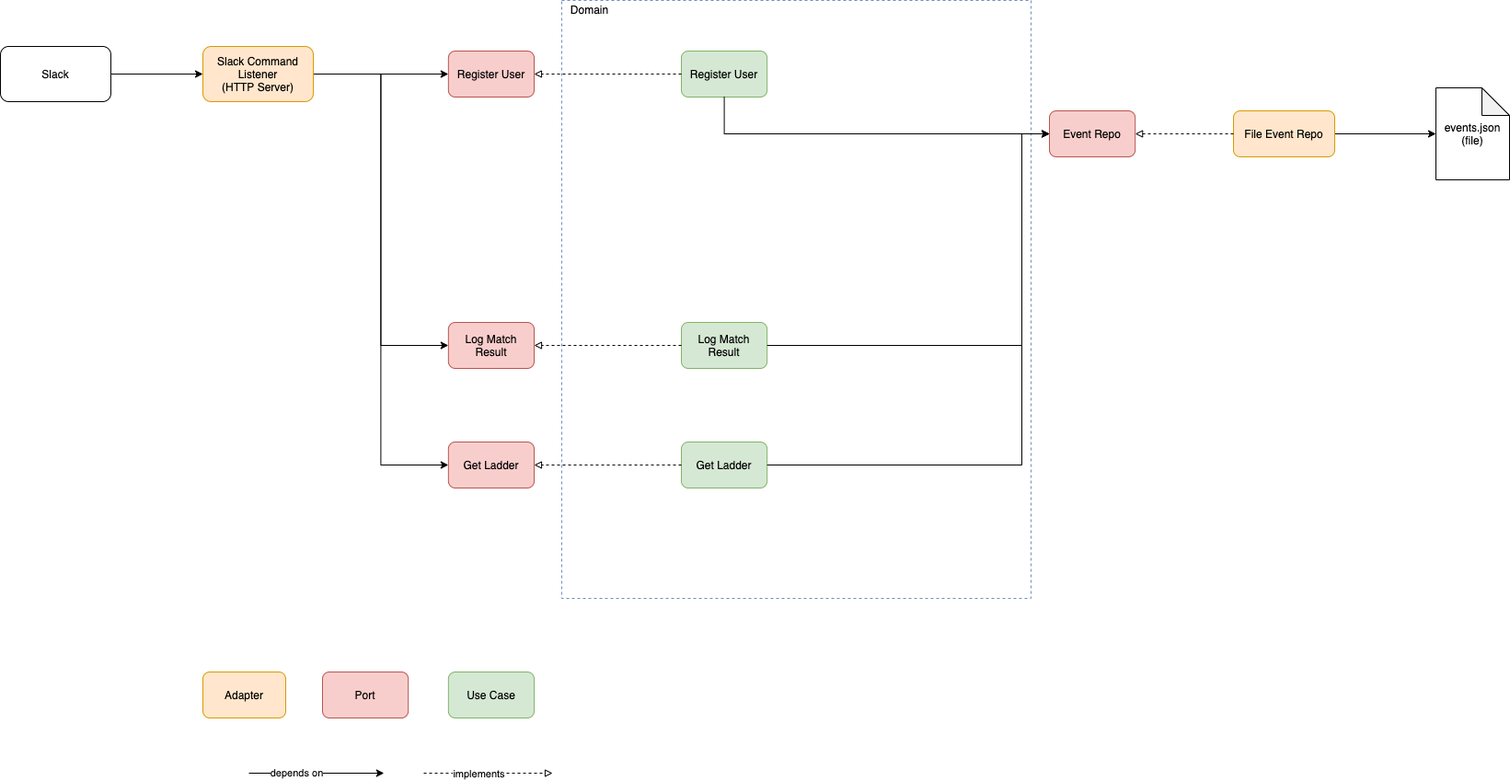
Earlier version of the draw.io export component-diagram.drawio.png (aceakash/slack-elo-ladder). Source tidied: cells renumbered, new cells last; positions are measured from the earlier drawing's top-left corner, leaving out a move shared by most shapes. Source of this version:
```xml
<mxGraphModel>
  <root>
    <mxCell id="0" />
    <mxCell id="1" parent="0" />
    <mxCell id="2" style="edgeStyle=orthogonalEdgeStyle;rounded=0;jettySize=auto;html=1;entryX=0;entryY=0.5;entryDx=0;entryDy=0;endArrow=classic;endFill=1;" parent="1" edge="1" source="5" target="13">
      <mxGeometry relative="1" as="geometry" />
    </mxCell>
    <mxCell id="3" style="edgeStyle=orthogonalEdgeStyle;rounded=0;jettySize=auto;html=1;entryX=0;entryY=0.5;entryDx=0;entryDy=0;endArrow=classic;endFill=1;" parent="1" edge="1" source="5" target="29">
      <mxGeometry relative="1" as="geometry" />
    </mxCell>
    <mxCell id="4" style="edgeStyle=orthogonalEdgeStyle;rounded=0;jettySize=auto;html=1;entryX=0;entryY=0.5;entryDx=0;entryDy=0;endArrow=classic;endFill=1;" parent="1" edge="1" source="5" target="32">
      <mxGeometry relative="1" as="geometry" />
    </mxCell>
    <mxCell id="5" value="Slack Command Listener&lt;br&gt;(HTTP Server)" style="rounded=1;whiteSpace=wrap;html=1;fillColor=#ffe6cc;strokeColor=#d79b00;" parent="1" vertex="1">
      <mxGeometry x="220" y="50" width="120" height="60" as="geometry" />
    </mxCell>
    <mxCell id="6" style="group;dashed=1;" parent="1" vertex="1">
      <mxGeometry x="610" width="510" height="650" as="geometry" />
    </mxCell>
    <mxCell id="7" style="group;strokeColor=#6c8ebf;dashed=1;" parent="6" vertex="1">
      <mxGeometry width="510" height="650" as="geometry" />
    </mxCell>
    <mxCell id="8" value="Domain" style="text;html=1;align=center;verticalAlign=middle;" parent="6" vertex="1">
      <mxGeometry width="60" height="20" as="geometry" />
    </mxCell>
    <mxCell id="9" value="Register User" style="rounded=1;whiteSpace=wrap;html=1;fillColor=#d5e8d4;strokeColor=#82b366;" parent="6" vertex="1">
      <mxGeometry x="130" y="55" width="93.2" height="50" as="geometry" />
    </mxCell>
    <mxCell id="10" value="Log Match Result" style="rounded=1;whiteSpace=wrap;html=1;fillColor=#d5e8d4;strokeColor=#82b366;" parent="6" vertex="1">
      <mxGeometry x="130" y="350" width="93.2" height="50" as="geometry" />
    </mxCell>
    <mxCell id="11" value="Get Ladder" style="rounded=1;whiteSpace=wrap;html=1;fillColor=#d5e8d4;strokeColor=#82b366;" parent="6" vertex="1">
      <mxGeometry x="130" y="480" width="93.2" height="50" as="geometry" />
    </mxCell>
    <mxCell id="12" style="edgeStyle=orthogonalEdgeStyle;rounded=0;jettySize=auto;html=1;exitX=0;exitY=0.5;exitDx=0;exitDy=0;entryX=1;entryY=0.5;entryDx=0;entryDy=0;endArrow=block;endFill=0;dashed=1;" parent="1" edge="1" source="9" target="13">
      <mxGeometry relative="1" as="geometry" />
    </mxCell>
    <mxCell id="13" value="Register User" style="rounded=1;whiteSpace=wrap;html=1;fillColor=#f8cecc;strokeColor=#b85450;" parent="1" vertex="1">
      <mxGeometry x="486.8" y="55" width="93.2" height="50" as="geometry" />
    </mxCell>
    <mxCell id="14" value="Adapter" style="rounded=1;whiteSpace=wrap;html=1;fillColor=#ffe6cc;strokeColor=#d79b00;" parent="1" vertex="1">
      <mxGeometry x="220" y="730" width="90" height="50" as="geometry" />
    </mxCell>
    <mxCell id="15" value="Port" style="rounded=1;whiteSpace=wrap;html=1;fillColor=#f8cecc;strokeColor=#b85450;" parent="1" vertex="1">
      <mxGeometry x="350" y="730" width="93.2" height="50" as="geometry" />
    </mxCell>
    <mxCell id="16" value="Use Case" style="rounded=1;whiteSpace=wrap;html=1;fillColor=#d5e8d4;strokeColor=#82b366;" parent="1" vertex="1">
      <mxGeometry x="486.8" y="730" width="93.2" height="50" as="geometry" />
    </mxCell>
    <mxCell id="17" style="edgeStyle=orthogonalEdgeStyle;rounded=0;orthogonalLoop=1;jettySize=auto;html=1;entryX=0;entryY=0.5;entryDx=0;entryDy=0;endArrow=classic;endFill=1;" parent="1" edge="1">
      <mxGeometry relative="1" as="geometry">
        <mxPoint x="270" y="840" as="sourcePoint" />
        <mxPoint x="416.8" y="840" as="targetPoint" />
      </mxGeometry>
    </mxCell>
    <mxCell id="18" value="depends on" style="edgeLabel;html=1;align=center;verticalAlign=middle;" parent="17" vertex="1">
      <mxGeometry x="-0.31" y="1" relative="1" as="geometry" />
    </mxCell>
    <mxCell id="19" style="edgeStyle=orthogonalEdgeStyle;rounded=0;orthogonalLoop=1;jettySize=auto;html=1;exitX=0;exitY=0.5;exitDx=0;exitDy=0;endArrow=block;endFill=0;dashed=1;" parent="1" edge="1">
      <mxGeometry relative="1" as="geometry">
        <mxPoint x="460" y="840" as="sourcePoint" />
        <mxPoint x="600" y="840" as="targetPoint" />
      </mxGeometry>
    </mxCell>
    <mxCell id="20" value="implements" style="edgeLabel;html=1;align=center;verticalAlign=middle;" parent="19" vertex="1">
      <mxGeometry x="-0.16" relative="1" as="geometry" />
    </mxCell>
    <mxCell id="21" value="Event Repo" style="rounded=1;whiteSpace=wrap;html=1;fillColor=#f8cecc;strokeColor=#b85450;" parent="1" vertex="1">
      <mxGeometry x="1140" y="120" width="93.2" height="50" as="geometry" />
    </mxCell>
    <mxCell id="22" style="edgeStyle=orthogonalEdgeStyle;rounded=0;jettySize=auto;html=1;entryX=0;entryY=0.5;entryDx=0;entryDy=0;endArrow=classic;endFill=1;exitX=0.5;exitY=1;exitDx=0;exitDy=0;" parent="1" edge="1" source="9" target="21">
      <mxGeometry relative="1" as="geometry" />
    </mxCell>
    <mxCell id="23" style="edgeStyle=orthogonalEdgeStyle;rounded=0;jettySize=auto;html=1;endArrow=classic;endFill=1;" parent="1" edge="1" source="24" target="26">
      <mxGeometry relative="1" as="geometry" />
    </mxCell>
    <mxCell id="24" value="File Event Repo" style="rounded=1;whiteSpace=wrap;html=1;fillColor=#ffe6cc;strokeColor=#d79b00;" parent="1" vertex="1">
      <mxGeometry x="1340" y="120" width="110" height="50" as="geometry" />
    </mxCell>
    <mxCell id="25" style="edgeStyle=orthogonalEdgeStyle;rounded=0;jettySize=auto;html=1;exitX=0;exitY=0.5;exitDx=0;exitDy=0;entryX=1;entryY=0.5;entryDx=0;entryDy=0;endArrow=block;endFill=0;dashed=1;" parent="1" edge="1" source="24" target="21">
      <mxGeometry relative="1" as="geometry" />
    </mxCell>
    <mxCell id="26" value="events.json&lt;br&gt;(file)" style="shape=note;whiteSpace=wrap;html=1;backgroundOutline=1;darkOpacity=0.05;rounded=1;" parent="1" vertex="1">
      <mxGeometry x="1560" y="95" width="80" height="100" as="geometry" />
    </mxCell>
    <mxCell id="27" value="Slack" style="rounded=1;whiteSpace=wrap;html=1;strokeColor=#000000;fillColor=none;" parent="1" vertex="1">
      <mxGeometry y="50" width="120" height="60" as="geometry" />
    </mxCell>
    <mxCell id="28" style="edgeStyle=orthogonalEdgeStyle;rounded=0;jettySize=auto;html=1;entryX=0;entryY=0.5;entryDx=0;entryDy=0;endArrow=classic;endFill=1;exitX=1;exitY=0.5;exitDx=0;exitDy=0;" parent="1" edge="1" source="27" target="5">
      <mxGeometry relative="1" as="geometry" />
    </mxCell>
    <mxCell id="29" value="Log Match Result" style="rounded=1;whiteSpace=wrap;html=1;fillColor=#f8cecc;strokeColor=#b85450;" parent="1" vertex="1">
      <mxGeometry x="486.8" y="350" width="93.2" height="50" as="geometry" />
    </mxCell>
    <mxCell id="30" style="edgeStyle=orthogonalEdgeStyle;rounded=0;jettySize=auto;html=1;exitX=0;exitY=0.5;exitDx=0;exitDy=0;entryX=1;entryY=0.5;entryDx=0;entryDy=0;endArrow=block;endFill=0;dashed=1;" parent="1" edge="1" source="10" target="29">
      <mxGeometry relative="1" as="geometry" />
    </mxCell>
    <mxCell id="31" style="edgeStyle=orthogonalEdgeStyle;rounded=0;jettySize=auto;html=1;entryX=0;entryY=0.5;entryDx=0;entryDy=0;endArrow=classic;endFill=1;" parent="1" edge="1" source="10" target="21">
      <mxGeometry relative="1" as="geometry">
        <Array as="points">
          <mxPoint x="1110" y="375" />
          <mxPoint x="1110" y="145" />
        </Array>
      </mxGeometry>
    </mxCell>
    <mxCell id="32" value="Get Ladder" style="rounded=1;whiteSpace=wrap;html=1;fillColor=#f8cecc;strokeColor=#b85450;" parent="1" vertex="1">
      <mxGeometry x="486.8" y="480" width="93.2" height="50" as="geometry" />
    </mxCell>
    <mxCell id="33" style="edgeStyle=orthogonalEdgeStyle;rounded=0;jettySize=auto;html=1;endArrow=block;endFill=0;dashed=1;" parent="1" edge="1" source="11" target="32">
      <mxGeometry relative="1" as="geometry" />
    </mxCell>
    <mxCell id="34" style="edgeStyle=orthogonalEdgeStyle;rounded=0;jettySize=auto;html=1;entryX=0;entryY=0.5;entryDx=0;entryDy=0;endArrow=classic;endFill=1;" parent="1" edge="1" source="11" target="21">
      <mxGeometry relative="1" as="geometry">
        <Array as="points">
          <mxPoint x="1110" y="505" />
          <mxPoint x="1110" y="145" />
        </Array>
      </mxGeometry>
    </mxCell>
  </root>
</mxGraphModel>
```
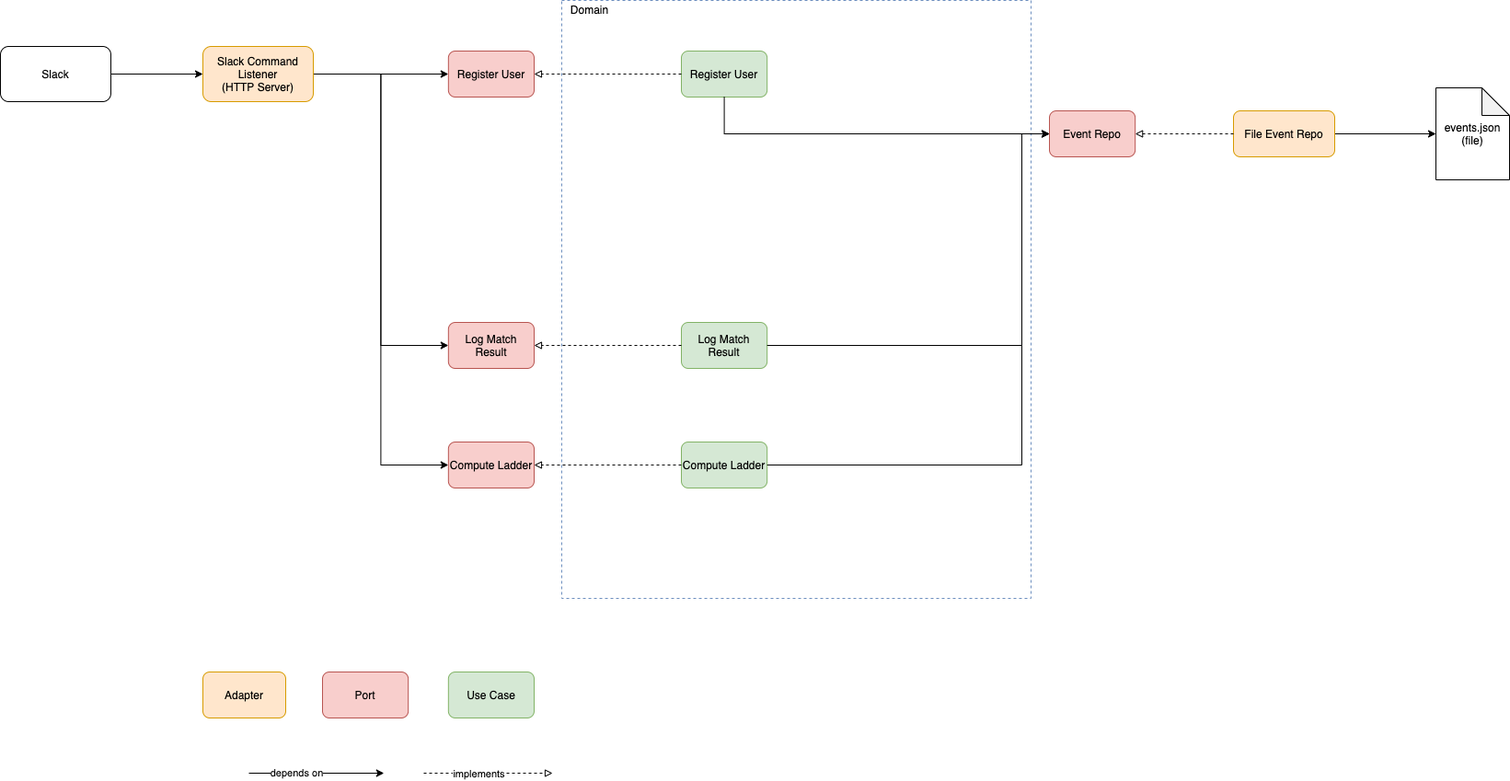
After the change.

The edit, as a diff of the source:
```diff
@@ -29,7 +29,7 @@
     <mxCell id="10" value="Log Match Result" style="rounded=1;whiteSpace=wrap;html=1;fillColor=#d5e8d4;strokeColor=#82b366;" parent="6" vertex="1">
       <mxGeometry x="130" y="350" width="93.2" height="50" as="geometry" />
     </mxCell>
-    <mxCell id="11" value="Get Ladder" style="rounded=1;whiteSpace=wrap;html=1;fillColor=#d5e8d4;strokeColor=#82b366;" parent="6" vertex="1">
+    <mxCell id="11" value="Compute Ladder" style="rounded=1;whiteSpace=wrap;html=1;fillColor=#d5e8d4;strokeColor=#82b366;" parent="6" vertex="1">
       <mxGeometry x="130" y="480" width="93.2" height="50" as="geometry" />
     </mxCell>
     <mxCell id="12" style="edgeStyle=orthogonalEdgeStyle;rounded=0;jettySize=auto;html=1;exitX=0;exitY=0.5;exitDx=0;exitDy=0;entryX=1;entryY=0.5;entryDx=0;entryDy=0;endArrow=block;endFill=0;dashed=1;" parent="1" edge="1" source="9" target="13">
@@ -103,7 +103,7 @@
         </Array>
       </mxGeometry>
     </mxCell>
-    <mxCell id="32" value="Get Ladder" style="rounded=1;whiteSpace=wrap;html=1;fillColor=#f8cecc;strokeColor=#b85450;" parent="1" vertex="1">
+    <mxCell id="32" value="Compute Ladder" style="rounded=1;whiteSpace=wrap;html=1;fillColor=#f8cecc;strokeColor=#b85450;" parent="1" vertex="1">
       <mxGeometry x="486.8" y="480" width="93.2" height="50" as="geometry" />
     </mxCell>
     <mxCell id="33" style="edgeStyle=orthogonalEdgeStyle;rounded=0;jettySize=auto;html=1;endArrow=block;endFill=0;dashed=1;" parent="1" edge="1" source="11" target="32">
```
